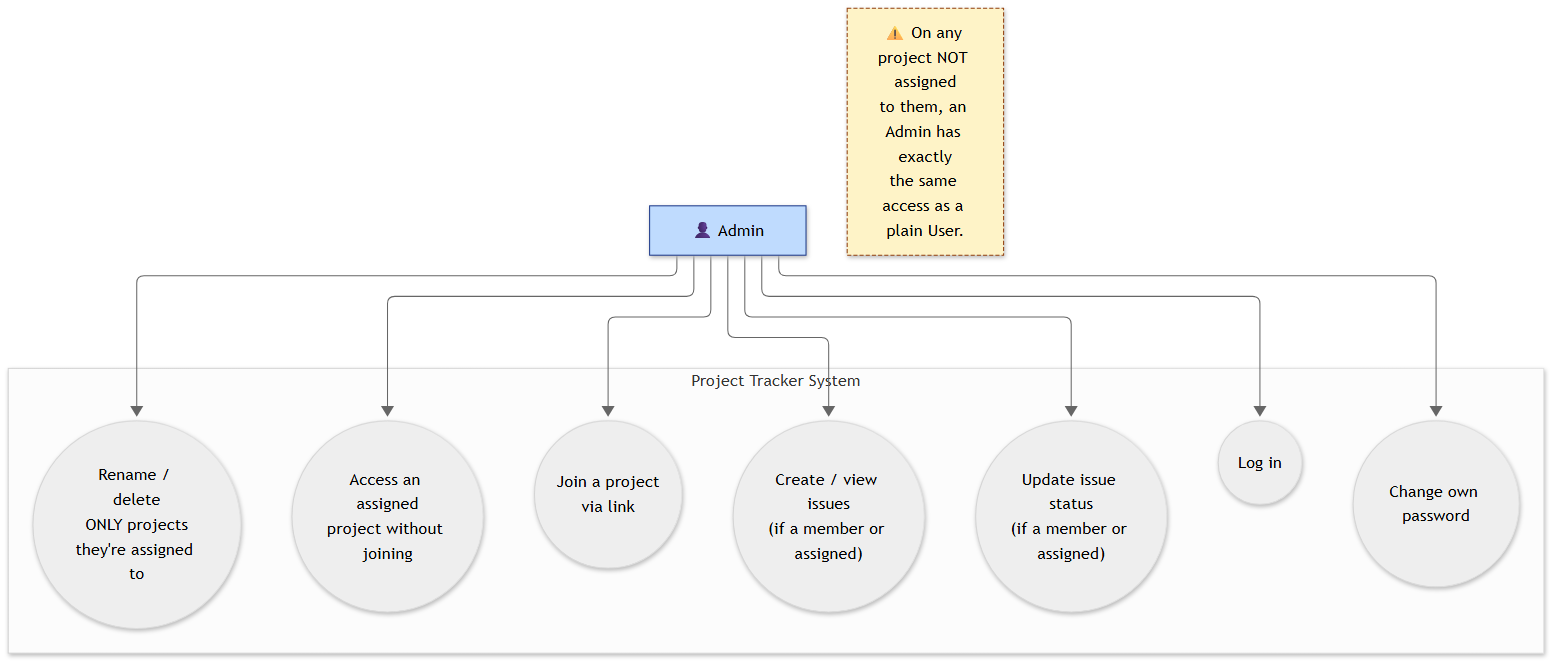
This is docs/diagrams/usecase-admin.png from parutworkmail/Project-Tracker, a Mermaid export, as it was before one commit. Its source is kept beside it as docs/diagrams/usecase-admin.mmd.
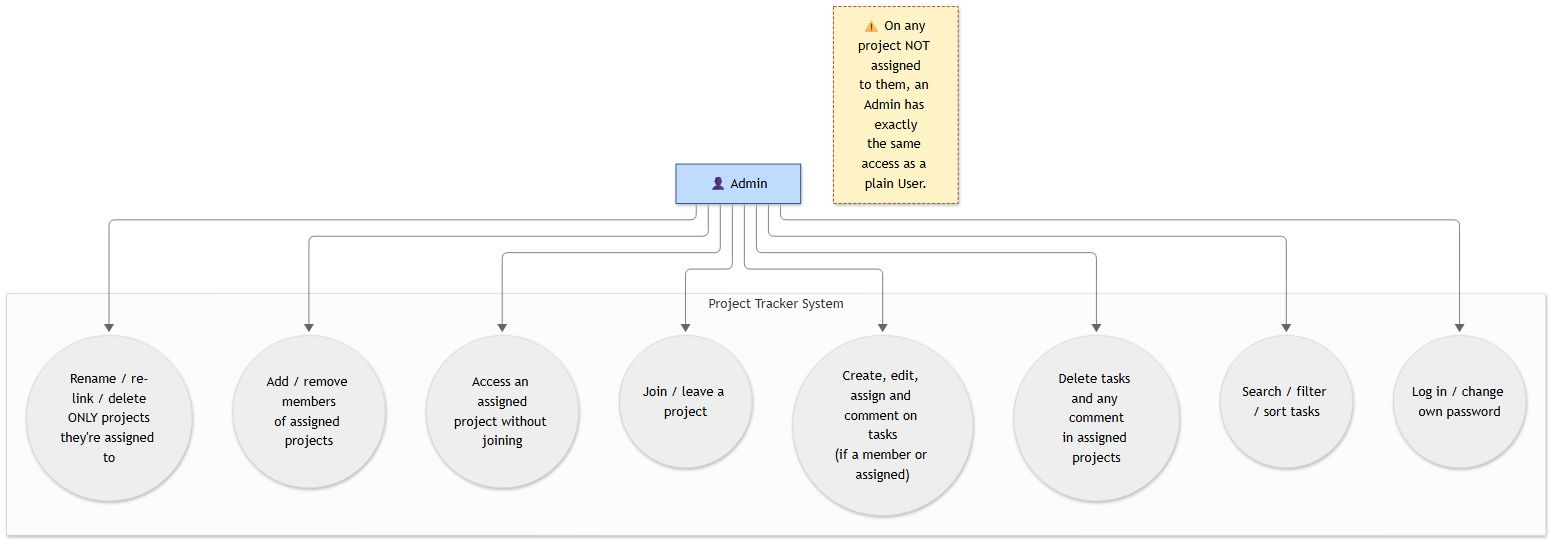
The same diagram one commit later.

The edit, as a diff of the source:
```diff
@@ -4,16 +4,17 @@
 
     subgraph SYS["Project Tracker System"]
         direction TB
-        UC1(("Rename / delete<br/>ONLY projects<br/>they're assigned to"))
-        UC2(("Access an assigned<br/>project without joining"))
-        UC3(("Join a project<br/>via link"))
-        UC4(("Create / view issues<br/>(if a member or assigned)"))
-        UC5(("Update issue status<br/>(if a member or assigned)"))
-        UC6(("Log in"))
-        UC7(("Change own password"))
+        UC1(("Rename / re-link / delete<br/>ONLY projects<br/>they're assigned to"))
+        UC2(("Add / remove members<br/>of assigned projects"))
+        UC3(("Access an assigned<br/>project without joining"))
+        UC4(("Join / leave a project"))
+        UC5(("Create, edit, assign and comment on tasks<br/>(if a member or assigned)"))
+        UC6(("Delete tasks and any comment<br/>in assigned projects"))
+        UC7(("Search / filter / sort tasks"))
+        UC8(("Log in / change own password"))
     end
 
-    AD --> UC1 & UC2 & UC3 & UC4 & UC5 & UC6 & UC7
+    AD --> UC1 & UC2 & UC3 & UC4 & UC5 & UC6 & UC7 & UC8
 
     Note["⚠️ On any project NOT assigned<br/>to them, an Admin has exactly<br/>the same access as a plain User."]
     style Note fill:#fef3c7,stroke:#92400e,stroke-dasharray: 4 2
```
